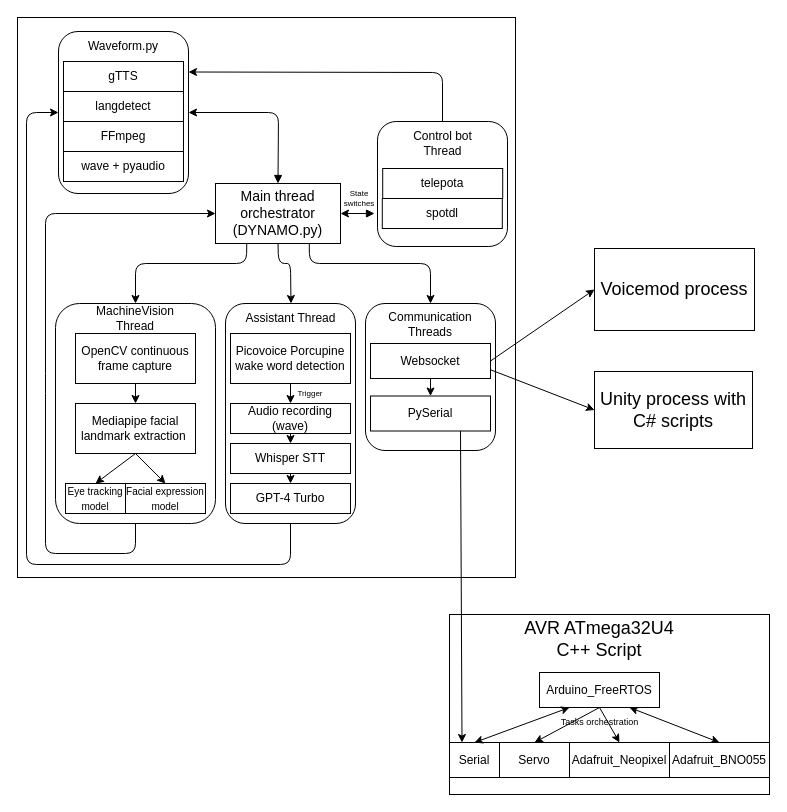
MekhyW/DYNAMO-Electronic_Fursuit-2.0 keeps this draw.io diagram as Planning/Software.drawio. Above is the earlier version. Source tidied: cells renumbered, new cells numbered last; positions are measured from the earlier drawing's top-left corner, leaving out a move shared by most shapes. Both pictures are drawn from the tidied source at 100%, with x=0, y=0 at pixel (17, 17).
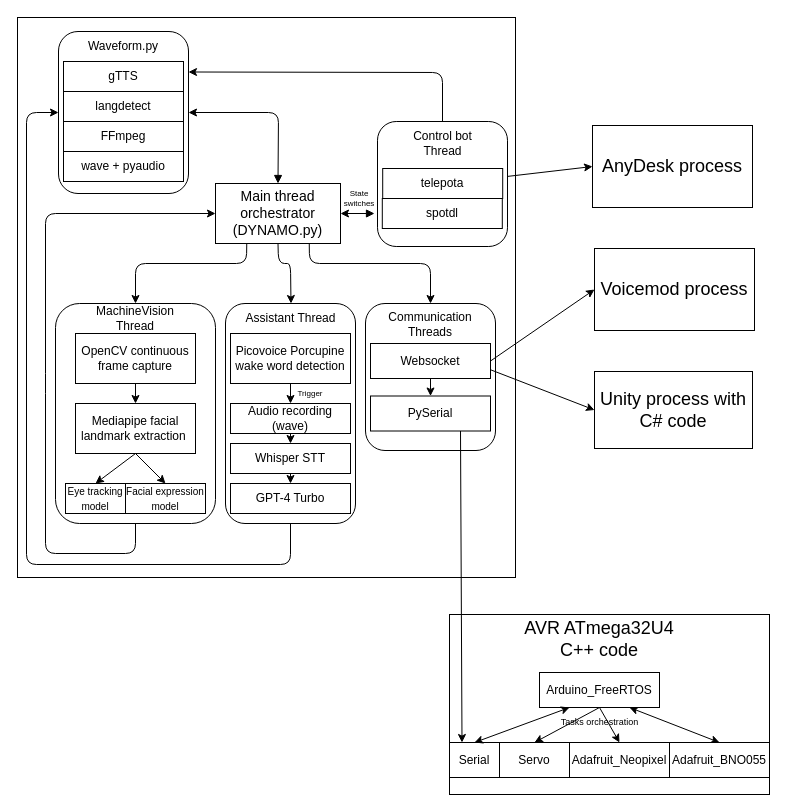
The same diagram, later.

The change refers to these unchanged cells:
```xml
<mxCell id="60" style="rounded=1;whiteSpace=wrap;html=1;fontSize=12;" parent="1" vertex="1">
  <mxGeometry x="360" y="104" width="130" height="125" as="geometry" />
</mxCell>
```

Diff of the diagram source:
```diff
@@
-    <mxCell id="40" value="&lt;font style=&quot;font-size: 18px;&quot;&gt;Unity process with C# scripts&lt;/font&gt;" style="rounded=0;whiteSpace=wrap;html=1;" parent="1" vertex="1">
+    <mxCell id="40" value="&lt;font style=&quot;font-size: 18px;&quot;&gt;Unity process with C# code&lt;/font&gt;" style="rounded=0;whiteSpace=wrap;html=1;" parent="1" vertex="1">
       <mxGeometry x="577" y="354" width="158" height="77" as="geometry" />
     </mxCell>
@@
-    <mxCell id="42" value="&lt;font style=&quot;font-size: 18px;&quot;&gt;AVR ATmega32U4 C++ Script&lt;/font&gt;" style="text;html=1;strokeColor=none;fillColor=none;align=center;verticalAlign=middle;whiteSpace=wrap;rounded=0;fontSize=8;" parent="1" vertex="1">
+    <mxCell id="42" value="&lt;font style=&quot;font-size: 18px;&quot;&gt;AVR ATmega32U4 C++ code&lt;/font&gt;" style="text;html=1;strokeColor=none;fillColor=none;align=center;verticalAlign=middle;whiteSpace=wrap;rounded=0;fontSize=8;" parent="1" vertex="1">
       <mxGeometry x="506" y="607" width="152" height="30" as="geometry" />
     </mxCell>
@@
+    <mxCell id="64" style="edgeStyle=none;html=1;entryX=0;entryY=0.5;entryDx=0;entryDy=0;" parent="1" edge="1" source="60" target="65">
+      <mxGeometry relative="1" as="geometry" />
+    </mxCell>
@@
+    <mxCell id="65" value="&lt;font style=&quot;font-size: 18px;&quot;&gt;AnyDesk process&lt;/font&gt;" style="rounded=0;whiteSpace=wrap;html=1;" parent="1" vertex="1">
+      <mxGeometry x="575" y="108" width="160" height="82" as="geometry" />
+    </mxCell>
```
